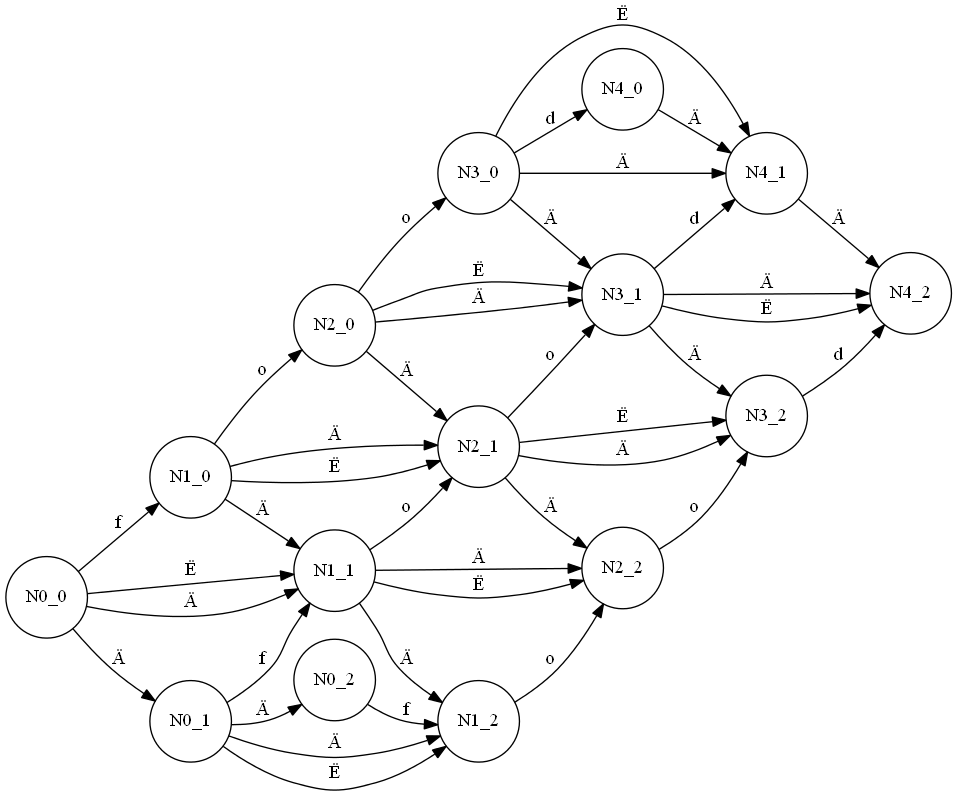
This is SearchAlgorithms.Test/nfa.dot.png from isabella232/SearchAlgorithms, a Graphviz export, as it was before one commit. Its source is kept beside it as SearchAlgorithms.Test/nfa.dot. The source it was exported from:
```dot
digraph nfa {
rankdir=LR;
node [shape = circle];
N0_0 -> N1_0 [ label = "f" ];
N0_0 -> N0_1 [ label = "Ä" ];
N0_0 -> N1_1 [ label = "Ä" ];
N0_0 -> N1_1 [ label = "Ë" ];
N0_1 -> N1_1 [ label = "f" ];
N0_1 -> N0_2 [ label = "Ä" ];
N0_1 -> N1_2 [ label = "Ä" ];
N0_1 -> N1_2 [ label = "Ë" ];
N0_2 -> N1_2 [ label = "f" ];
N1_0 -> N2_0 [ label = "o" ];
N1_0 -> N1_1 [ label = "Ä" ];
N1_0 -> N2_1 [ label = "Ä" ];
N1_0 -> N2_1 [ label = "Ë" ];
N1_1 -> N2_1 [ label = "o" ];
N1_1 -> N1_2 [ label = "Ä" ];
N1_1 -> N2_2 [ label = "Ä" ];
N1_1 -> N2_2 [ label = "Ë" ];
N1_2 -> N2_2 [ label = "o" ];
N2_0 -> N3_0 [ label = "o" ];
N2_0 -> N2_1 [ label = "Ä" ];
N2_0 -> N3_1 [ label = "Ä" ];
N2_0 -> N3_1 [ label = "Ë" ];
N2_1 -> N3_1 [ label = "o" ];
N2_1 -> N2_2 [ label = "Ä" ];
N2_1 -> N3_2 [ label = "Ä" ];
N2_1 -> N3_2 [ label = "Ë" ];
N2_2 -> N3_2 [ label = "o" ];
N3_0 -> N4_0 [ label = "d" ];
N3_0 -> N3_1 [ label = "Ä" ];
N3_0 -> N4_1 [ label = "Ä" ];
N3_0 -> N4_1 [ label = "Ë" ];
N3_1 -> N4_1 [ label = "d" ];
N3_1 -> N3_2 [ label = "Ä" ];
N3_1 -> N4_2 [ label = "Ä" ];
N3_1 -> N4_2 [ label = "Ë" ];
N3_2 -> N4_2 [ label = "d" ];
N4_0 -> N4_1 [ label = "Ä" ];
N4_1 -> N4_2 [ label = "Ä" ];
}
```
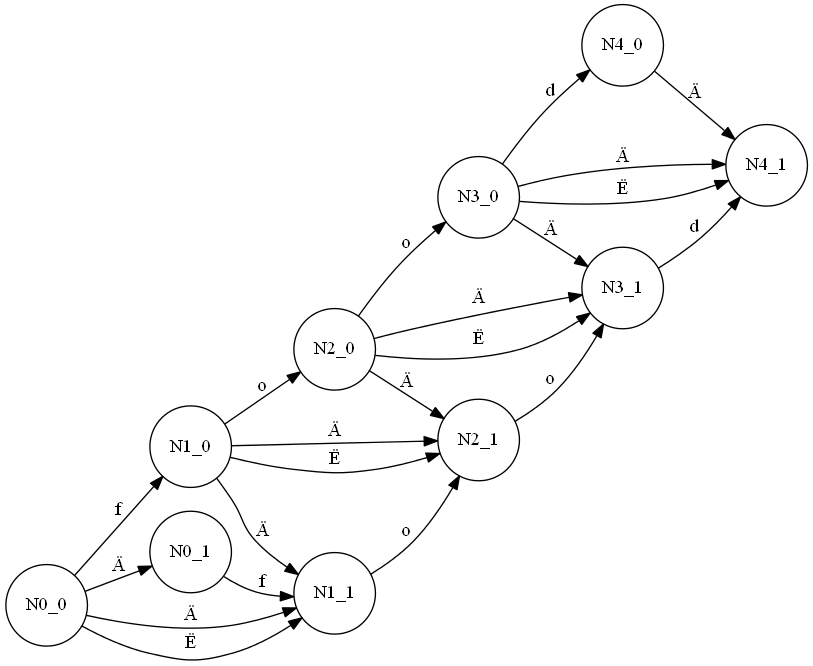
The same diagram one commit later.

What changed in the source:
```diff
@@ -6,37 +6,20 @@
 N0_0 -> N1_1 [ label = "Ä" ];
 N0_0 -> N1_1 [ label = "Ë" ];
 N0_1 -> N1_1 [ label = "f" ];
-N0_1 -> N0_2 [ label = "Ä" ];
-N0_1 -> N1_2 [ label = "Ä" ];
-N0_1 -> N1_2 [ label = "Ë" ];
-N0_2 -> N1_2 [ label = "f" ];
 N1_0 -> N2_0 [ label = "o" ];
 N1_0 -> N1_1 [ label = "Ä" ];
 N1_0 -> N2_1 [ label = "Ä" ];
 N1_0 -> N2_1 [ label = "Ë" ];
 N1_1 -> N2_1 [ label = "o" ];
-N1_1 -> N1_2 [ label = "Ä" ];
-N1_1 -> N2_2 [ label = "Ä" ];
-N1_1 -> N2_2 [ label = "Ë" ];
-N1_2 -> N2_2 [ label = "o" ];
 N2_0 -> N3_0 [ label = "o" ];
 N2_0 -> N2_1 [ label = "Ä" ];
 N2_0 -> N3_1 [ label = "Ä" ];
 N2_0 -> N3_1 [ label = "Ë" ];
 N2_1 -> N3_1 [ label = "o" ];
-N2_1 -> N2_2 [ label = "Ä" ];
-N2_1 -> N3_2 [ label = "Ä" ];
-N2_1 -> N3_2 [ label = "Ë" ];
-N2_2 -> N3_2 [ label = "o" ];
 N3_0 -> N4_0 [ label = "d" ];
 N3_0 -> N3_1 [ label = "Ä" ];
 N3_0 -> N4_1 [ label = "Ä" ];
 N3_0 -> N4_1 [ label = "Ë" ];
 N3_1 -> N4_1 [ label = "d" ];
-N3_1 -> N3_2 [ label = "Ä" ];
-N3_1 -> N4_2 [ label = "Ä" ];
-N3_1 -> N4_2 [ label = "Ë" ];
-N3_2 -> N4_2 [ label = "d" ];
 N4_0 -> N4_1 [ label = "Ä" ];
-N4_1 -> N4_2 [ label = "Ä" ];
 }
```
